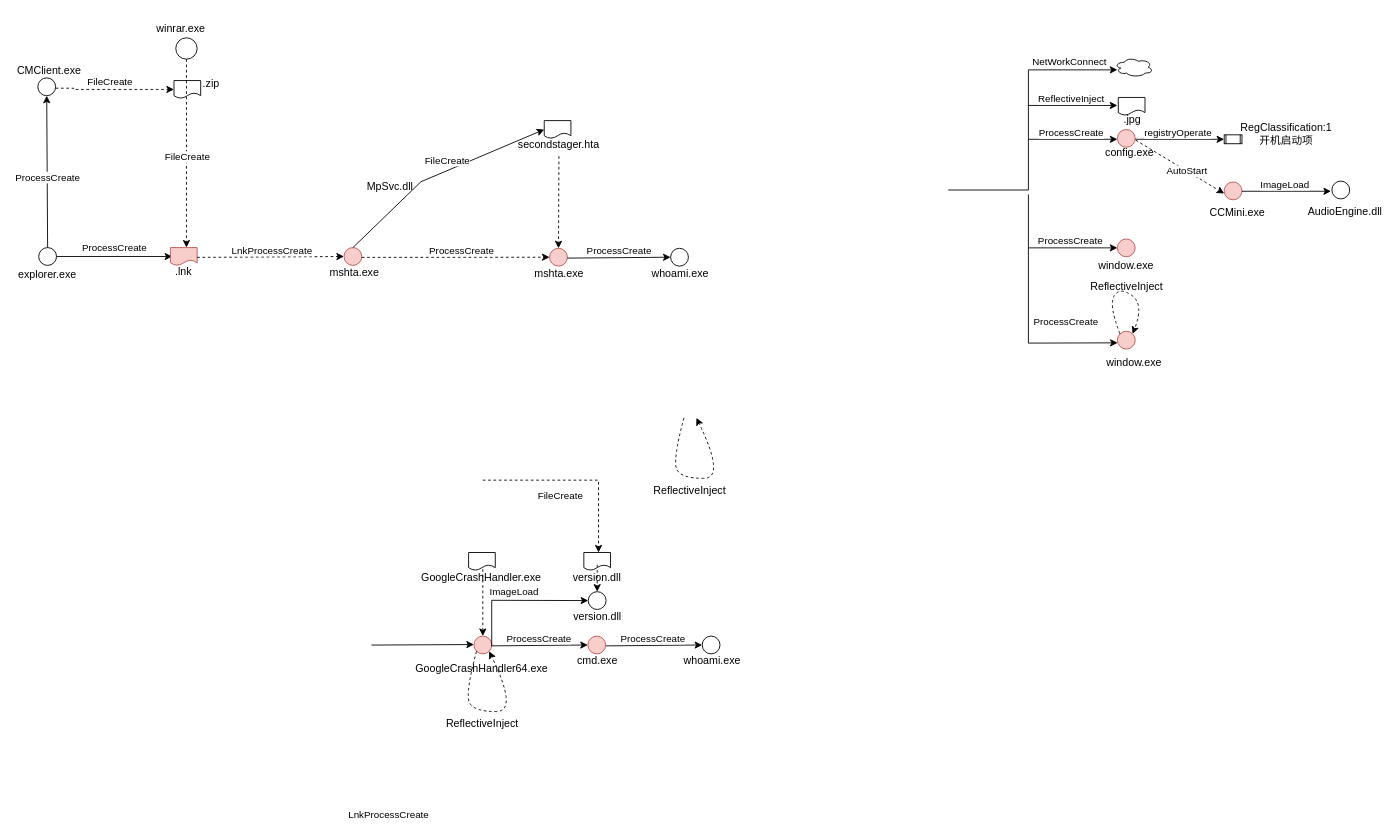
Above: apt-sidewinder.drawio in ernongxizhu/picture (draw.io), before the change. Source tidied: cells renumbered, new cells numbered last; positions are measured from the earlier drawing's top-left corner, leaving out a move shared by most shapes. Both pictures are drawn from the tidied source at 89%, with x=0, y=0 at pixel (20, 15).
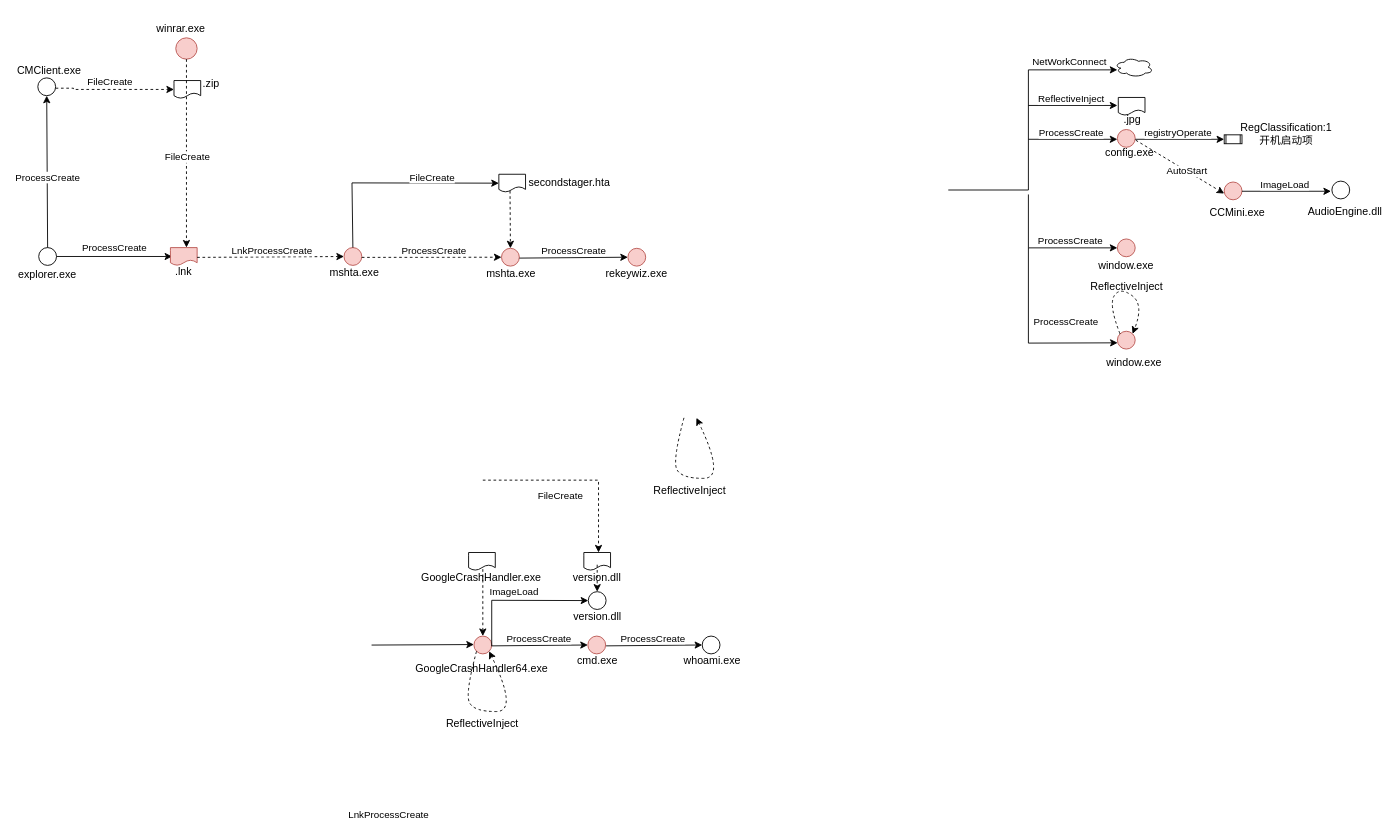
Above is the later version.

Unchanged cells that the change refers to:
```xml
<mxCell id="81" style="ellipse;whiteSpace=wrap;html=1;fillColor=#f8cecc;strokeColor=#b85450;" parent="1" vertex="1">
  <mxGeometry x="363" y="260.7" width="20" height="20" as="geometry" />
</mxCell>
```

The edit, as a diff of the source:
```diff
@@
-    <mxCell id="18" style="ellipse;whiteSpace=wrap;html=1;" parent="1" vertex="1">
+    <mxCell id="18" style="ellipse;whiteSpace=wrap;html=1;fillColor=#f8cecc;strokeColor=#b85450;" parent="1" vertex="1">
       <mxGeometry x="174" y="25" width="24" height="24" as="geometry" />
     </mxCell>
@@
     <mxCell id="85" style="ellipse;whiteSpace=wrap;html=1;fillColor=#f8cecc;strokeColor=#b85450;" parent="1" vertex="1">
-      <mxGeometry x="594" y="261.5" width="20" height="20" as="geometry" />
+      <mxGeometry x="540" y="261.5" width="20" height="20" as="geometry" />
     </mxCell>
     <mxCell id="86" value="mshta.exe" style="text;strokeColor=none;align=center;fillColor=none;html=1;verticalAlign=middle;whiteSpace=wrap;rounded=0;" parent="1" vertex="1">
-      <mxGeometry x="575" y="274.5" width="60" height="30" as="geometry" />
+      <mxGeometry x="521" y="274.5" width="60" height="30" as="geometry" />
     </mxCell>
     <mxCell id="87" style="endArrow=classic;html=1;rounded=0;entryX=0;entryY=0.5;entryDx=0;entryDy=0;" parent="1" edge="1" target="89">
       <mxGeometry relative="1" as="geometry">
-        <mxPoint x="614" y="272.5" as="sourcePoint" />
+        <mxPoint x="560" y="272.5" as="sourcePoint" />
       </mxGeometry>
     </mxCell>
@@
-    <mxCell id="89" style="ellipse;whiteSpace=wrap;html=1;" parent="1" vertex="1">
-      <mxGeometry x="730" y="261.5" width="20" height="20" as="geometry" />
+    <mxCell id="89" style="ellipse;whiteSpace=wrap;html=1;fillColor=#f8cecc;strokeColor=#b85450;" parent="1" vertex="1">
+      <mxGeometry x="682" y="261.5" width="20" height="20" as="geometry" />
     </mxCell>
-    <mxCell id="90" value="whoami.exe" style="text;strokeColor=none;align=center;fillColor=none;html=1;verticalAlign=middle;whiteSpace=wrap;rounded=0;" parent="1" vertex="1">
-      <mxGeometry x="711" y="274.5" width="60" height="30" as="geometry" />
+    <mxCell id="90" value="rekeywiz.exe" style="text;strokeColor=none;align=center;fillColor=none;html=1;verticalAlign=middle;whiteSpace=wrap;rounded=0;" parent="1" vertex="1">
+      <mxGeometry x="662" y="274.5" width="60" height="30" as="geometry" />
     </mxCell>
-    <mxCell id="91" value="MpSvc.dll" style="text;strokeColor=none;align=center;fillColor=none;html=1;verticalAlign=middle;whiteSpace=wrap;rounded=0;" parent="1" vertex="1">
-      <mxGeometry x="385" y="178.3" width="60" height="30" as="geometry" />
-    </mxCell>
-    <mxCell id="92" style="endArrow=classic;html=1;rounded=0;entryX=0;entryY=0.5;entryDx=0;entryDy=0;exitX=0.5;exitY=0;exitDx=0;exitDy=0;" parent="1" edge="1" source="81" target="94">
-      <mxGeometry relative="1" as="geometry">
-        <Array as="points">
-          <mxPoint x="449.5" y="186.7" />
-        </Array>
-      </mxGeometry>
-    </mxCell>
+    <mxCell id="99" style="endArrow=classic;html=1;rounded=0;entryX=0;entryY=0.5;entryDx=0;entryDy=0;exitX=0.5;exitY=0;exitDx=0;exitDy=0;entryPerimeter=0;" parent="1" edge="1" source="81" target="100">
+      <mxGeometry relative="1" as="geometry">
+        <Array as="points">
+          <mxPoint x="372" y="188" />
+        </Array>
+      </mxGeometry>
+    </mxCell>
-    <mxCell id="93" value="FileCreate" style="edgeLabel;html=1;align=center;verticalAlign=middle;" parent="92" vertex="1">
-      <mxGeometry x="0.15" y="-2" relative="1" as="geometry">
-        <mxPoint x="-10" y="-10" as="offset" />
+    <mxCell id="93" value="FileCreate" style="edgeLabel;html=1;align=center;verticalAlign=middle;" parent="99" vertex="1">
+      <mxGeometry x="0.07" y="2" relative="1" as="geometry">
+        <mxPoint x="35" y="-5" as="offset" />
       </mxGeometry>
     </mxCell>
-    <mxCell id="94" style="shape=document;whiteSpace=wrap;html=1;boundedLbl=1;" parent="1" vertex="1">
-      <mxGeometry x="588" y="118" width="30" height="20" as="geometry" />
-    </mxCell>
-    <mxCell id="95" value="secondstager.hta" style="text;strokeColor=none;align=center;fillColor=none;html=1;verticalAlign=middle;whiteSpace=wrap;rounded=0;" parent="1" vertex="1">
-      <mxGeometry x="572" y="132" width="65" height="26" as="geometry" />
-    </mxCell>
@@
-    <mxCell id="98" style="endArrow=classic;html=1;rounded=0;exitX=0.5;exitY=1;exitDx=0;exitDy=0;entryX=0.5;entryY=0;entryDx=0;entryDy=0;dashed=1;" parent="1" edge="1" source="95" target="85">
-      <mxGeometry relative="1" as="geometry" />
-    </mxCell>
+    <mxCell id="100" style="shape=document;whiteSpace=wrap;html=1;boundedLbl=1;" parent="1" vertex="1">
+      <mxGeometry x="537" y="178.3" width="30" height="20" as="geometry" />
+    </mxCell>
+    <mxCell id="95" value="secondstager.hta" style="text;strokeColor=none;align=center;fillColor=none;html=1;verticalAlign=middle;whiteSpace=wrap;rounded=0;" parent="1" vertex="1">
+      <mxGeometry x="584" y="175.3" width="65" height="26" as="geometry" />
+    </mxCell>
+    <mxCell id="101" style="endArrow=classic;html=1;rounded=0;entryX=0.5;entryY=0;entryDx=0;entryDy=0;exitX=0.419;exitY=0.934;exitDx=0;exitDy=0;exitPerimeter=0;dashed=1;" parent="1" edge="1" source="100" target="85">
+      <mxGeometry relative="1" as="geometry" />
+    </mxCell>
```
